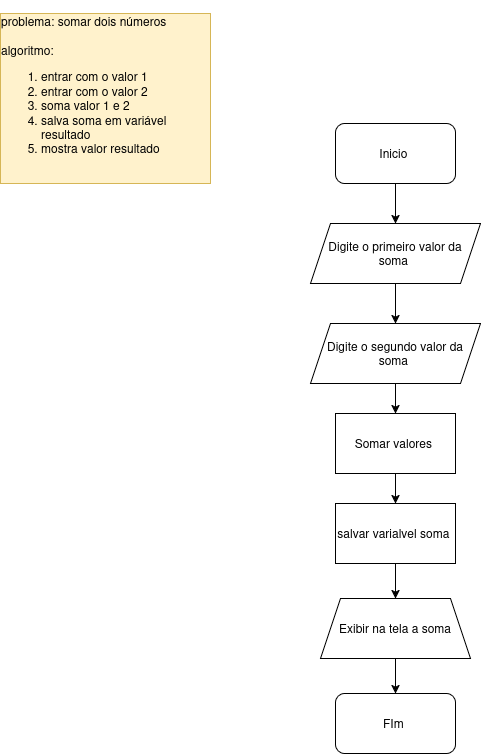
MayconTi01/Algoritimo-Fluxograma keeps this draw.io diagram as 1.Ler dois números inteiros e exibir a soma.drawio.png. Above is the earlier version. Source tidied: cells renumbered, new cells last; positions are measured from the earlier drawing's top-left corner, leaving out a move shared by most shapes.
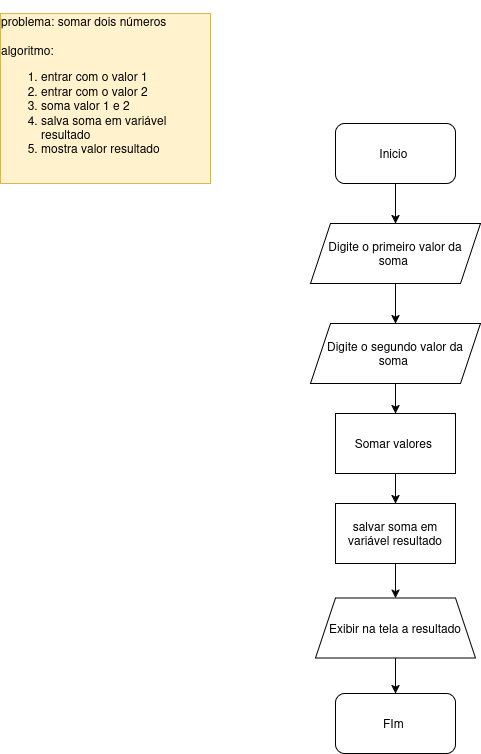
Later version of the same file.

The edit, as a diff of the source:
```diff
@@ -35,14 +35,14 @@
     <mxCell id="12" style="edgeStyle=orthogonalEdgeStyle;rounded=0;jettySize=auto;html=1;" parent="1" edge="1" source="13" target="15">
       <mxGeometry relative="1" as="geometry" />
     </mxCell>
-    <mxCell id="13" value="salvar varialvel soma&amp;nbsp;" style="whiteSpace=wrap;html=1;" parent="1" vertex="1">
+    <mxCell id="13" value="salvar soma em variável resultado" style="whiteSpace=wrap;html=1;" parent="1" vertex="1">
       <mxGeometry x="335" y="490" width="120" height="60" as="geometry" />
     </mxCell>
     <mxCell id="14" style="edgeStyle=orthogonalEdgeStyle;rounded=0;jettySize=auto;html=1;" parent="1" edge="1" source="15" target="5">
       <mxGeometry relative="1" as="geometry" />
     </mxCell>
-    <mxCell id="15" value="Exibir na tela a soma" style="shape=trapezoid;perimeter=trapezoidPerimeter;whiteSpace=wrap;html=1;fixedSize=1;" parent="1" vertex="1">
-      <mxGeometry x="320" y="585" width="150" height="60" as="geometry" />
+    <mxCell id="15" value="Exibir na tela a resultado" style="shape=trapezoid;perimeter=trapezoidPerimeter;whiteSpace=wrap;html=1;fixedSize=1;" parent="1" vertex="1">
+      <mxGeometry x="315" y="584.5" width="160" height="60" as="geometry" />
     </mxCell>
   </root>
 </mxGraphModel>
```
